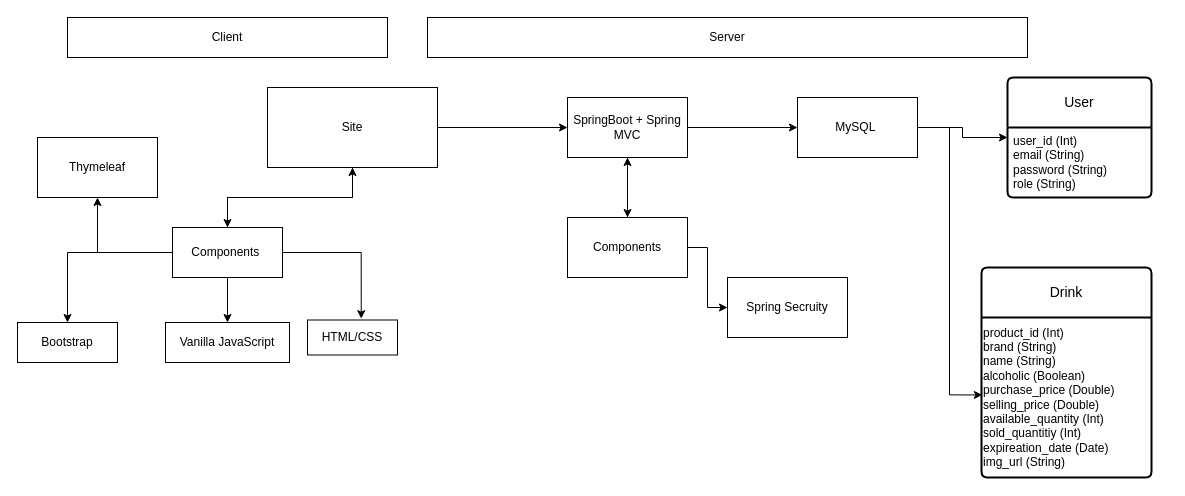
j4n-r/Inventory_V2 keeps this draw.io diagram as Inventory_V2.drawio. Above is the earlier version. Source tidied: cells renumbered, new cells numbered last; positions are measured from the earlier drawing's top-left corner, leaving out a move shared by most shapes. Both pictures are drawn from the tidied source at 100%, with x=0, y=0 at pixel (17, 17).
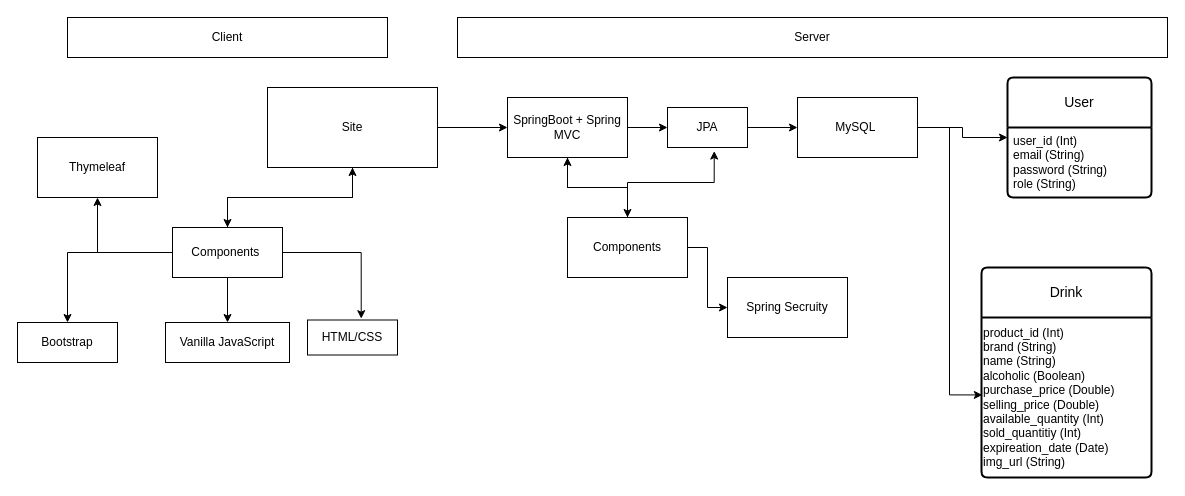
The same page after the edit.

The change refers to these unchanged cells:
```xml
<mxCell id="21" value="MySQL&amp;nbsp;" style="rounded=0;whiteSpace=wrap;html=1;" parent="1" vertex="1">
  <mxGeometry x="780" y="80" width="120" height="60" as="geometry" />
</mxCell>
<mxCell id="29" value="Components" style="rounded=0;whiteSpace=wrap;html=1;" parent="1" vertex="1">
  <mxGeometry x="550" y="200" width="120" height="60" as="geometry" />
</mxCell>
```

Change to the diagram source:
```diff
@@
     <mxCell id="7" value="Server" style="rounded=0;whiteSpace=wrap;html=1;" parent="1" vertex="1">
-      <mxGeometry x="410" width="600" height="40" as="geometry" />
+      <mxGeometry x="440" width="710" height="40" as="geometry" />
     </mxCell>
@@
-    <mxCell id="24" style="edgeStyle=orthogonalEdgeStyle;rounded=0;jettySize=auto;html=1;" parent="1" edge="1" source="26" target="21">
-      <mxGeometry relative="1" as="geometry" />
-    </mxCell>
@@
+    <mxCell id="31" style="edgeStyle=orthogonalEdgeStyle;rounded=0;jettySize=auto;html=1;" parent="1" edge="1" source="26" target="33">
+      <mxGeometry relative="1" as="geometry" />
+    </mxCell>
     <mxCell id="26" value="SpringBoot + Spring MVC" style="rounded=0;whiteSpace=wrap;html=1;" parent="1" vertex="1">
-      <mxGeometry x="550" y="80" width="120" height="60" as="geometry" />
+      <mxGeometry x="490" y="80" width="120" height="60" as="geometry" />
     </mxCell>
@@
+    <mxCell id="32" style="edgeStyle=orthogonalEdgeStyle;rounded=0;jettySize=auto;html=1;" parent="1" edge="1" source="33" target="21">
+      <mxGeometry relative="1" as="geometry" />
+    </mxCell>
+    <mxCell id="33" value="JPA" style="whiteSpace=wrap;html=1;rounded=0;" parent="1" vertex="1">
+      <mxGeometry x="650" y="90" width="80" height="40" as="geometry" />
+    </mxCell>
+    <mxCell id="34" style="edgeStyle=orthogonalEdgeStyle;rounded=0;jettySize=auto;html=1;entryX=0.584;entryY=1.089;entryDx=0;entryDy=0;entryPerimeter=0;" parent="1" edge="1" source="29" target="33">
+      <mxGeometry relative="1" as="geometry" />
+    </mxCell>
```
